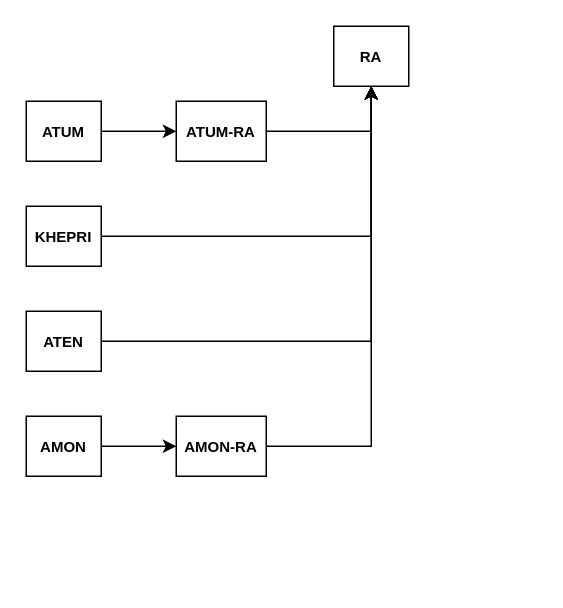
Above: Untitled Diagram.drawio in asimakiskydros/University-Projects (draw.io), before the change. Source tidied: cells renumbered, new cells numbered last; positions are measured from the earlier drawing's top-left corner, leaving out a move shared by most shapes. Both pictures are drawn from the tidied source at 150%, with x=0, y=0 at pixel (26, 26).
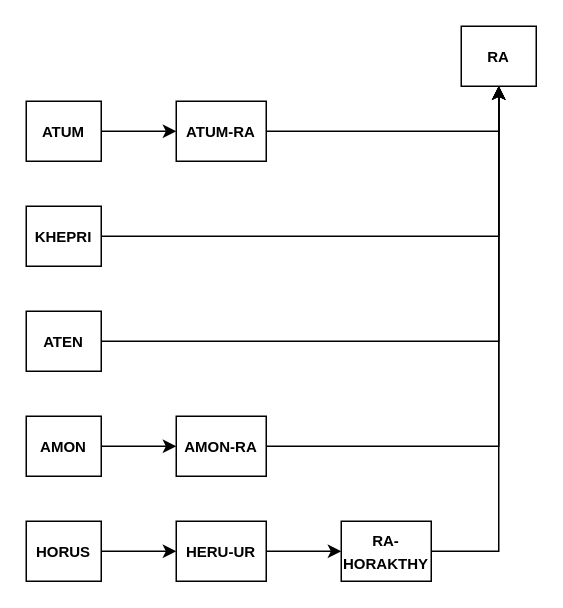
The same diagram, later.

What changed in the source:
```diff
@@
     <mxCell id="2" value="&lt;font size=&quot;1&quot;&gt;&lt;b&gt;RA&lt;/b&gt;&lt;/font&gt;" style="rounded=0;whiteSpace=wrap;html=1;" parent="1" vertex="1">
-      <mxGeometry x="205" width="50" height="40" as="geometry" />
+      <mxGeometry x="290" width="50" height="40" as="geometry" />
     </mxCell>
@@
+    <mxCell id="15" style="edgeStyle=orthogonalEdgeStyle;rounded=0;jettySize=auto;html=1;entryX=0;entryY=0.5;entryDx=0;entryDy=0;" parent="1" edge="1" source="16" target="18">
+      <mxGeometry relative="1" as="geometry" />
+    </mxCell>
+    <mxCell id="16" value="&lt;font size=&quot;1&quot;&gt;&lt;b&gt;HORUS&lt;/b&gt;&lt;/font&gt;" style="rounded=0;whiteSpace=wrap;html=1;" parent="1" vertex="1">
+      <mxGeometry y="330" width="50" height="40" as="geometry" />
+    </mxCell>
+    <mxCell id="17" style="edgeStyle=orthogonalEdgeStyle;rounded=0;jettySize=auto;html=1;entryX=0;entryY=0.5;entryDx=0;entryDy=0;" parent="1" edge="1" source="18" target="20">
+      <mxGeometry relative="1" as="geometry" />
+    </mxCell>
+    <mxCell id="18" value="&lt;font size=&quot;1&quot;&gt;&lt;b&gt;HERU-UR&lt;/b&gt;&lt;/font&gt;" style="rounded=0;whiteSpace=wrap;html=1;" parent="1" vertex="1">
+      <mxGeometry x="100" y="330" width="60" height="40" as="geometry" />
+    </mxCell>
+    <mxCell id="19" style="edgeStyle=orthogonalEdgeStyle;rounded=0;jettySize=auto;html=1;entryX=0.5;entryY=1;entryDx=0;entryDy=0;" parent="1" edge="1" source="20" target="2">
+      <mxGeometry relative="1" as="geometry" />
+    </mxCell>
+    <mxCell id="20" value="&lt;font size=&quot;1&quot;&gt;&lt;b&gt;RA-HORAKTHY&lt;/b&gt;&lt;/font&gt;" style="rounded=0;whiteSpace=wrap;html=1;" parent="1" vertex="1">
+      <mxGeometry x="210" y="330" width="60" height="40" as="geometry" />
+    </mxCell>
```
